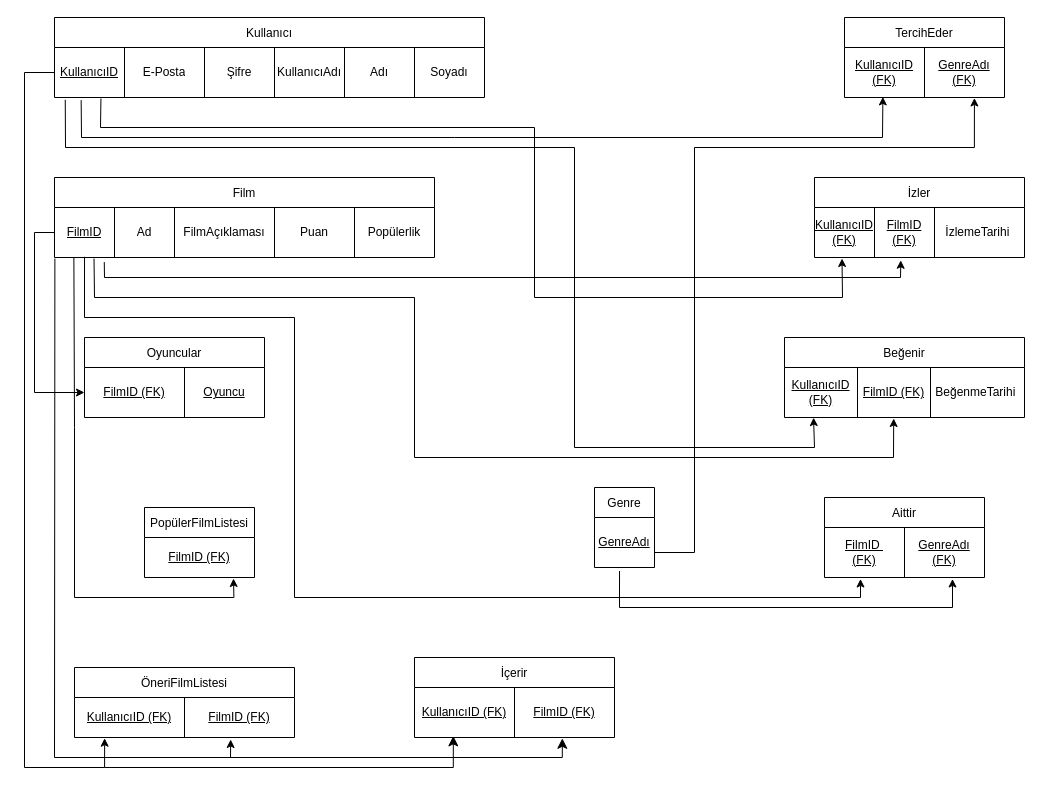
Above: relationalmodel.drawio in kandaharozturk/Bil372FilmOneriSistemi (draw.io), before the change. Source tidied: cells renumbered, new cells numbered last; positions are measured from the earlier drawing's top-left corner, leaving out a move shared by most shapes. Both pictures are drawn from the tidied source at 100%, with x=0, y=0 at pixel (24, 17).
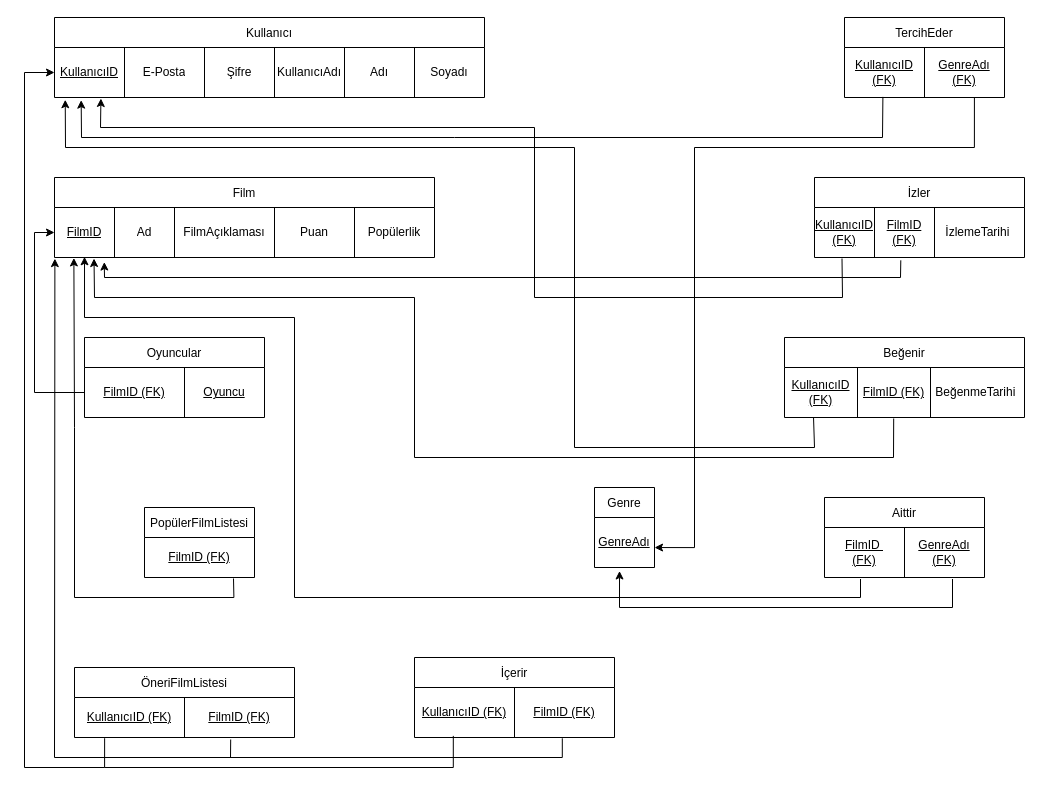
The same diagram, later.

Commit message (it also covers changes not shown here):
Relational Model Düzeltme

The change refers to these unchanged cells:
```xml
<mxCell id="3" style="shape=tableRow;horizontal=0;startSize=0;swimlaneHead=0;swimlaneBody=0;strokeColor=inherit;top=0;left=0;bottom=0;right=0;fillColor=none;points=[[0,0.5],[1,0.5]];portConstraint=eastwest;" parent="2" vertex="1">
  <mxGeometry y="30" width="430" height="50" as="geometry" />
</mxCell>
<mxCell id="11" style="shape=tableRow;horizontal=0;startSize=0;swimlaneHead=0;swimlaneBody=0;strokeColor=inherit;top=0;left=0;bottom=0;right=0;fillColor=none;points=[[0,0.5],[1,0.5]];portConstraint=eastwest;" parent="10" vertex="1">
  <mxGeometry y="30" width="380" height="50" as="geometry" />
</mxCell>
<mxCell id="18" style="shape=tableRow;horizontal=0;startSize=0;swimlaneHead=0;swimlaneBody=0;strokeColor=inherit;top=0;left=0;bottom=0;right=0;fillColor=none;points=[[0,0.5],[1,0.5]];portConstraint=eastwest;" parent="17" vertex="1">
  <mxGeometry y="30" width="180" height="50" as="geometry" />
</mxCell>
<mxCell id="22" style="shape=tableRow;horizontal=0;startSize=0;swimlaneHead=0;swimlaneBody=0;strokeColor=inherit;top=0;left=0;bottom=0;right=0;fillColor=none;points=[[0,0.5],[1,0.5]];portConstraint=eastwest;" parent="21" vertex="1">
  <mxGeometry y="30" width="60" height="50" as="geometry" />
</mxCell>
<mxCell id="25" style="shape=tableRow;horizontal=0;startSize=0;swimlaneHead=0;swimlaneBody=0;strokeColor=inherit;top=0;left=0;bottom=0;right=0;fillColor=none;points=[[0,0.5],[1,0.5]];portConstraint=eastwest;" parent="24" vertex="1">
  <mxGeometry y="30" width="160" height="50" as="geometry" />
</mxCell>
<mxCell id="29" style="shape=tableRow;horizontal=0;startSize=0;swimlaneHead=0;swimlaneBody=0;strokeColor=inherit;top=0;left=0;bottom=0;right=0;fillColor=none;points=[[0,0.5],[1,0.5]];portConstraint=eastwest;" parent="28" vertex="1">
  <mxGeometry y="30" width="160" height="50" as="geometry" />
</mxCell>
<mxCell id="34" style="shape=tableRow;horizontal=0;startSize=0;swimlaneHead=0;swimlaneBody=0;strokeColor=inherit;top=0;left=0;bottom=0;right=0;fillColor=none;points=[[0,0.5],[1,0.5]];portConstraint=eastwest;" parent="33" vertex="1">
  <mxGeometry y="30" width="210" height="50" as="geometry" />
</mxCell>
<mxCell id="39" style="shape=tableRow;horizontal=0;startSize=0;swimlaneHead=0;swimlaneBody=0;strokeColor=inherit;top=0;left=0;bottom=0;right=0;fillColor=none;points=[[0,0.5],[1,0.5]];portConstraint=eastwest;" parent="38" vertex="1">
  <mxGeometry y="30" width="240" height="50" as="geometry" />
</mxCell>
<mxCell id="55" style="shape=tableRow;horizontal=0;startSize=0;swimlaneHead=0;swimlaneBody=0;strokeColor=inherit;top=0;left=0;bottom=0;right=0;fillColor=none;points=[[0,0.5],[1,0.5]];portConstraint=eastwest;" parent="54" vertex="1">
  <mxGeometry y="30" width="220" height="40" as="geometry" />
</mxCell>
<mxCell id="62" style="shape=tableRow;horizontal=0;startSize=0;swimlaneHead=0;swimlaneBody=0;strokeColor=inherit;top=0;left=0;bottom=0;right=0;fillColor=none;points=[[0,0.5],[1,0.5]];portConstraint=eastwest;" parent="61" vertex="1">
  <mxGeometry y="30" width="200" height="50" as="geometry" />
</mxCell>
```

Diff of the diagram source:
```diff
@@
-    <mxCell id="32" style="endArrow=classic;html=1;rounded=0;exitX=0.062;exitY=1.053;exitDx=0;exitDy=0;entryX=0.24;entryY=0.988;entryDx=0;entryDy=0;exitPerimeter=0;entryPerimeter=0;" parent="1" edge="1" source="3" target="25">
+    <mxCell id="32" style="endArrow=none;html=1;rounded=0;exitX=0.062;exitY=1.053;exitDx=0;exitDy=0;entryX=0.24;entryY=0.988;entryDx=0;entryDy=0;exitPerimeter=0;entryPerimeter=0;startArrow=classic;startFill=1;endFill=0;" parent="1" edge="1" source="3" target="25">
       <mxGeometry relative="1" as="geometry">
         <Array as="points">
           <mxPoint x="57" y="120" />
           <mxPoint x="430" y="120" />
           <mxPoint x="858" y="120" />
         </Array>
       </mxGeometry>
     </mxCell>
@@
-    <mxCell id="43" style="edgeStyle=orthogonalEdgeStyle;rounded=0;jettySize=auto;html=1;exitX=1;exitY=0.5;exitDx=0;exitDy=0;entryX=0.812;entryY=1.01;entryDx=0;entryDy=0;entryPerimeter=0;" parent="1" edge="1" source="22" target="25">
+    <mxCell id="43" style="edgeStyle=orthogonalEdgeStyle;rounded=0;jettySize=auto;html=1;entryX=0.812;entryY=1.01;entryDx=0;entryDy=0;entryPerimeter=0;startArrow=classic;startFill=1;endArrow=none;endFill=0;exitX=1.001;exitY=0.601;exitDx=0;exitDy=0;exitPerimeter=0;" parent="1" edge="1" source="22" target="25">
       <mxGeometry relative="1" as="geometry">
         <Array as="points">
-          <mxPoint x="670" y="535" />
+          <mxPoint x="670" y="530" />
           <mxPoint x="670" y="130" />
           <mxPoint x="950" y="130" />
         </Array>
       </mxGeometry>
     </mxCell>
-    <mxCell id="44" style="endArrow=classic;html=1;rounded=0;exitX=0.108;exitY=1.02;exitDx=0;exitDy=0;exitPerimeter=0;entryX=0.131;entryY=1.02;entryDx=0;entryDy=0;entryPerimeter=0;" parent="1" edge="1" source="3" target="34">
+    <mxCell id="44" style="endArrow=none;html=1;rounded=0;exitX=0.108;exitY=1.02;exitDx=0;exitDy=0;exitPerimeter=0;entryX=0.131;entryY=1.02;entryDx=0;entryDy=0;entryPerimeter=0;strokeColor=default;startArrow=classic;startFill=1;endFill=0;" parent="1" edge="1" source="3" target="34">
       <mxGeometry relative="1" as="geometry">
         <Array as="points">
           <mxPoint x="76" y="110" />
           <mxPoint x="510" y="110" />
           <mxPoint x="510" y="280" />
           <mxPoint x="818" y="280" />
         </Array>
       </mxGeometry>
     </mxCell>
-    <mxCell id="45" style="endArrow=classic;html=1;rounded=0;exitX=0.025;exitY=1.045;exitDx=0;exitDy=0;exitPerimeter=0;entryX=0.121;entryY=1.002;entryDx=0;entryDy=0;entryPerimeter=0;" parent="1" edge="1" source="3" target="39">
+    <mxCell id="45" style="endArrow=none;html=1;rounded=0;exitX=0.025;exitY=1.045;exitDx=0;exitDy=0;exitPerimeter=0;entryX=0.121;entryY=1.002;entryDx=0;entryDy=0;entryPerimeter=0;startArrow=classic;startFill=1;endFill=0;" parent="1" edge="1" source="3" target="39">
       <mxGeometry relative="1" as="geometry">
         <Array as="points">
           <mxPoint x="41" y="130" />
           <mxPoint x="550" y="130" />
           <mxPoint x="550" y="430" />
           <mxPoint x="790" y="430" />
         </Array>
       </mxGeometry>
     </mxCell>
-    <mxCell id="46" style="endArrow=classic;html=1;rounded=0;exitX=0.131;exitY=1.091;exitDx=0;exitDy=0;exitPerimeter=0;entryX=0.411;entryY=1.056;entryDx=0;entryDy=0;entryPerimeter=0;" parent="1" edge="1" source="11" target="34">
+    <mxCell id="46" style="endArrow=none;html=1;rounded=0;exitX=0.131;exitY=1.091;exitDx=0;exitDy=0;exitPerimeter=0;entryX=0.411;entryY=1.056;entryDx=0;entryDy=0;entryPerimeter=0;startArrow=classic;startFill=1;endFill=0;" parent="1" edge="1" source="11" target="34">
       <mxGeometry relative="1" as="geometry">
         <Array as="points">
           <mxPoint x="80" y="260" />
           <mxPoint x="876" y="260" />
         </Array>
       </mxGeometry>
     </mxCell>
-    <mxCell id="47" style="endArrow=classic;html=1;rounded=0;exitX=0.104;exitY=1.02;exitDx=0;exitDy=0;exitPerimeter=0;entryX=0.455;entryY=1.02;entryDx=0;entryDy=0;entryPerimeter=0;" parent="1" edge="1" source="11" target="39">
+    <mxCell id="47" style="endArrow=none;html=1;rounded=0;exitX=0.104;exitY=1.02;exitDx=0;exitDy=0;exitPerimeter=0;entryX=0.455;entryY=1.02;entryDx=0;entryDy=0;entryPerimeter=0;startArrow=classic;startFill=1;endFill=0;" parent="1" edge="1" source="11" target="39">
       <mxGeometry relative="1" as="geometry">
         <Array as="points">
           <mxPoint x="70" y="280" />
           <mxPoint x="390" y="280" />
           <mxPoint x="390" y="440" />
           <mxPoint x="869" y="440" />
         </Array>
       </mxGeometry>
     </mxCell>
-    <mxCell id="48" style="endArrow=classic;html=1;rounded=0;entryX=0.225;entryY=1.03;entryDx=0;entryDy=0;entryPerimeter=0;exitX=0.079;exitY=0.986;exitDx=0;exitDy=0;exitPerimeter=0;" parent="1" edge="1" source="11" target="29">
+    <mxCell id="48" style="endArrow=none;html=1;rounded=0;entryX=0.225;entryY=1.03;entryDx=0;entryDy=0;entryPerimeter=0;exitX=0.079;exitY=0.986;exitDx=0;exitDy=0;exitPerimeter=0;startArrow=classic;startFill=1;endFill=0;" parent="1" edge="1" source="11" target="29">
       <mxGeometry relative="1" as="geometry">
         <Array as="points">
           <mxPoint x="60" y="300" />
           <mxPoint x="270" y="300" />
           <mxPoint x="270" y="580" />
           <mxPoint x="836" y="580" />
         </Array>
       </mxGeometry>
     </mxCell>
-    <mxCell id="49" style="endArrow=classic;html=1;rounded=0;exitX=0.417;exitY=1.07;exitDx=0;exitDy=0;exitPerimeter=0;entryX=0.8;entryY=1.03;entryDx=0;entryDy=0;entryPerimeter=0;" parent="1" edge="1" source="22" target="29">
+    <mxCell id="49" style="endArrow=none;html=1;rounded=0;exitX=0.417;exitY=1.07;exitDx=0;exitDy=0;exitPerimeter=0;entryX=0.8;entryY=1.03;entryDx=0;entryDy=0;entryPerimeter=0;startArrow=classic;startFill=1;endFill=0;" parent="1" edge="1" source="22" target="29">
       <mxGeometry relative="1" as="geometry">
         <Array as="points">
           <mxPoint x="595" y="590" />
           <mxPoint x="928" y="590" />
         </Array>
       </mxGeometry>
     </mxCell>
-    <mxCell id="50" style="edgeStyle=orthogonalEdgeStyle;rounded=0;jettySize=auto;html=1;exitX=0;exitY=0.5;exitDx=0;exitDy=0;entryX=0;entryY=0.5;entryDx=0;entryDy=0;" parent="1" edge="1" source="11" target="18">
+    <mxCell id="50" style="edgeStyle=orthogonalEdgeStyle;rounded=0;jettySize=auto;html=1;exitX=0;exitY=0.5;exitDx=0;exitDy=0;entryX=0;entryY=0.5;entryDx=0;entryDy=0;startArrow=classic;startFill=1;endArrow=none;endFill=0;" parent="1" edge="1" source="11" target="18">
       <mxGeometry relative="1" as="geometry" />
     </mxCell>
@@
-    <mxCell id="58" style="endArrow=classic;html=1;rounded=0;entryX=0.787;entryY=1.024;entryDx=0;entryDy=0;entryPerimeter=0;exitX=0.051;exitY=1.009;exitDx=0;exitDy=0;exitPerimeter=0;" parent="1" edge="1" source="11">
+    <mxCell id="58" style="endArrow=none;html=1;rounded=0;entryX=0.787;entryY=1.024;entryDx=0;entryDy=0;entryPerimeter=0;exitX=0.051;exitY=1.009;exitDx=0;exitDy=0;exitPerimeter=0;startArrow=classic;startFill=1;endFill=0;" parent="1" edge="1" source="11">
       <mxGeometry relative="1" as="geometry">
         <mxPoint x="209" y="561" as="targetPoint" />
         <Array as="points">
           <mxPoint x="50" y="410" />
           <mxPoint x="50" y="580" />
           <mxPoint x="209.4" y="580" />
         </Array>
       </mxGeometry>
     </mxCell>
-    <mxCell id="59" style="edgeStyle=orthogonalEdgeStyle;rounded=0;jettySize=auto;html=1;exitX=0;exitY=0.5;exitDx=0;exitDy=0;entryX=0.137;entryY=1.018;entryDx=0;entryDy=0;entryPerimeter=0;" parent="1" edge="1" source="3" target="55">
+    <mxCell id="59" style="edgeStyle=orthogonalEdgeStyle;rounded=0;jettySize=auto;html=1;exitX=0;exitY=0.5;exitDx=0;exitDy=0;entryX=0.137;entryY=1.018;entryDx=0;entryDy=0;entryPerimeter=0;startArrow=classic;startFill=1;endArrow=none;endFill=0;" parent="1" edge="1" source="3" target="55">
       <mxGeometry relative="1" as="geometry">
         <Array as="points">
           <mxPoint y="55" />
           <mxPoint y="750" />
           <mxPoint x="80" y="750" />
         </Array>
       </mxGeometry>
     </mxCell>
-    <mxCell id="60" style="endArrow=classic;html=1;rounded=0;exitX=0.001;exitY=1.022;exitDx=0;exitDy=0;exitPerimeter=0;entryX=0.71;entryY=1.05;entryDx=0;entryDy=0;entryPerimeter=0;" parent="1" edge="1" source="11" target="55">
+    <mxCell id="60" style="endArrow=none;html=1;rounded=0;exitX=0.001;exitY=1.022;exitDx=0;exitDy=0;exitPerimeter=0;entryX=0.71;entryY=1.05;entryDx=0;entryDy=0;entryPerimeter=0;endFill=0;startArrow=classic;startFill=1;" parent="1" edge="1" source="11" target="55">
       <mxGeometry relative="1" as="geometry">
         <Array as="points">
           <mxPoint x="30" y="740" />
           <mxPoint x="206" y="740" />
         </Array>
       </mxGeometry>
     </mxCell>
@@
-    <mxCell id="65" style="edgeStyle=segmentEdgeStyle;endArrow=classic;html=1;curved=0;rounded=0;endSize=8;startSize=8;entryX=0.194;entryY=0.968;entryDx=0;entryDy=0;entryPerimeter=0;" parent="1" edge="1" target="62">
+    <mxCell id="65" style="edgeStyle=segmentEdgeStyle;endArrow=none;html=1;curved=0;rounded=0;endSize=8;startSize=8;entryX=0.194;entryY=0.968;entryDx=0;entryDy=0;entryPerimeter=0;endFill=0;" parent="1" edge="1" target="62">
       <mxGeometry relative="1" as="geometry">
         <mxPoint x="80" y="750" as="sourcePoint" />
       </mxGeometry>
     </mxCell>
-    <mxCell id="66" style="edgeStyle=segmentEdgeStyle;endArrow=classic;html=1;curved=0;rounded=0;endSize=8;startSize=8;entryX=0.739;entryY=1.016;entryDx=0;entryDy=0;entryPerimeter=0;" parent="1" edge="1" target="62">
+    <mxCell id="66" style="edgeStyle=segmentEdgeStyle;endArrow=none;html=1;curved=0;rounded=0;endSize=8;startSize=8;entryX=0.739;entryY=1.016;entryDx=0;entryDy=0;entryPerimeter=0;endFill=0;" parent="1" edge="1" target="62">
       <mxGeometry relative="1" as="geometry">
         <mxPoint x="200" y="740" as="sourcePoint" />
       </mxGeometry>
     </mxCell>
```
